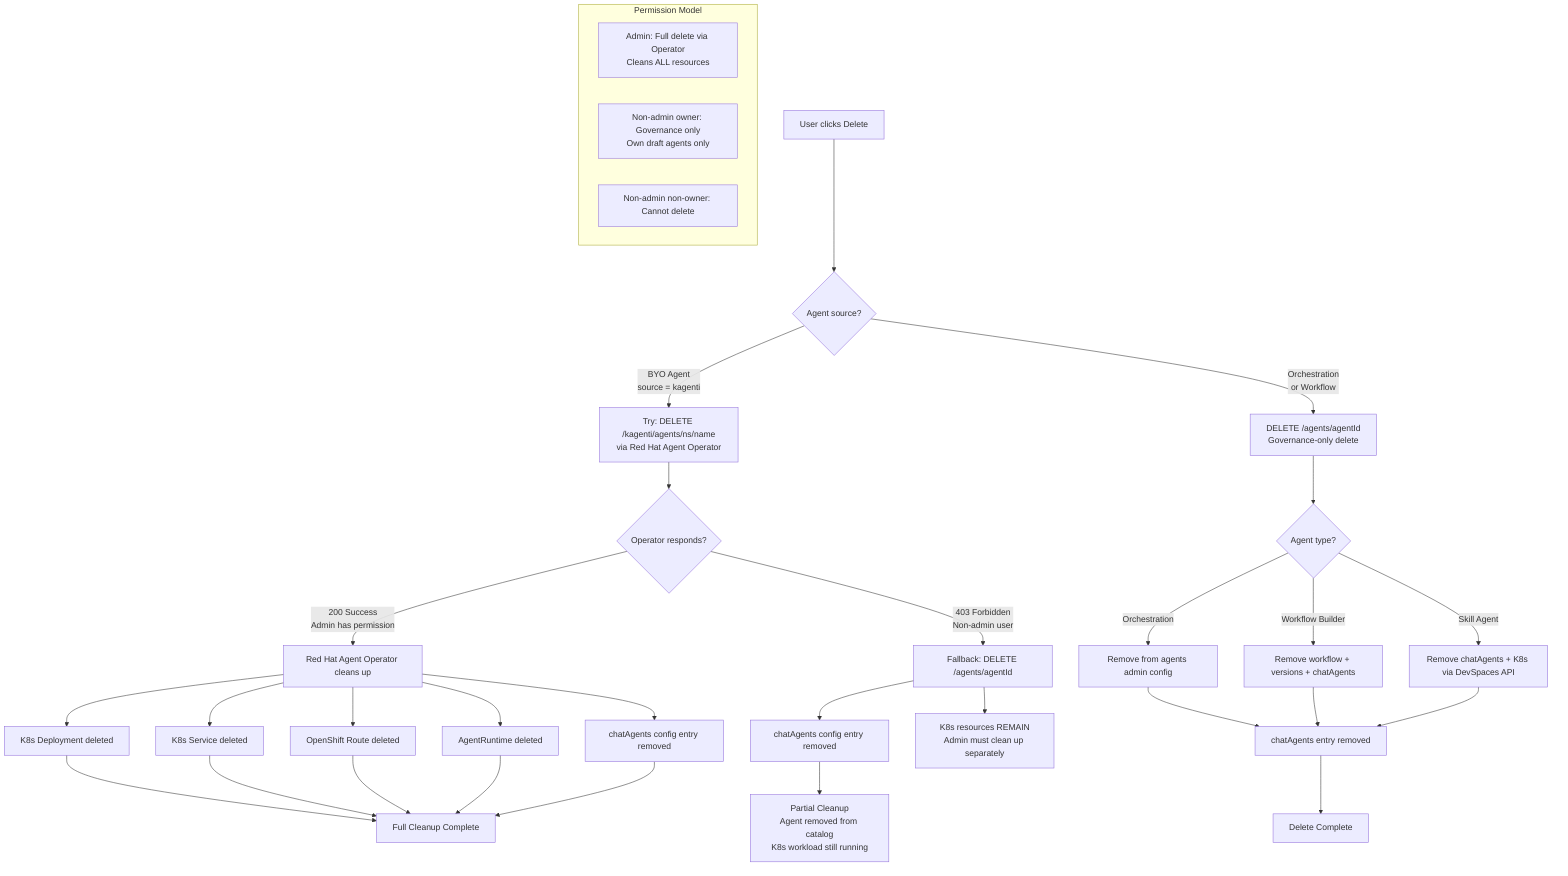
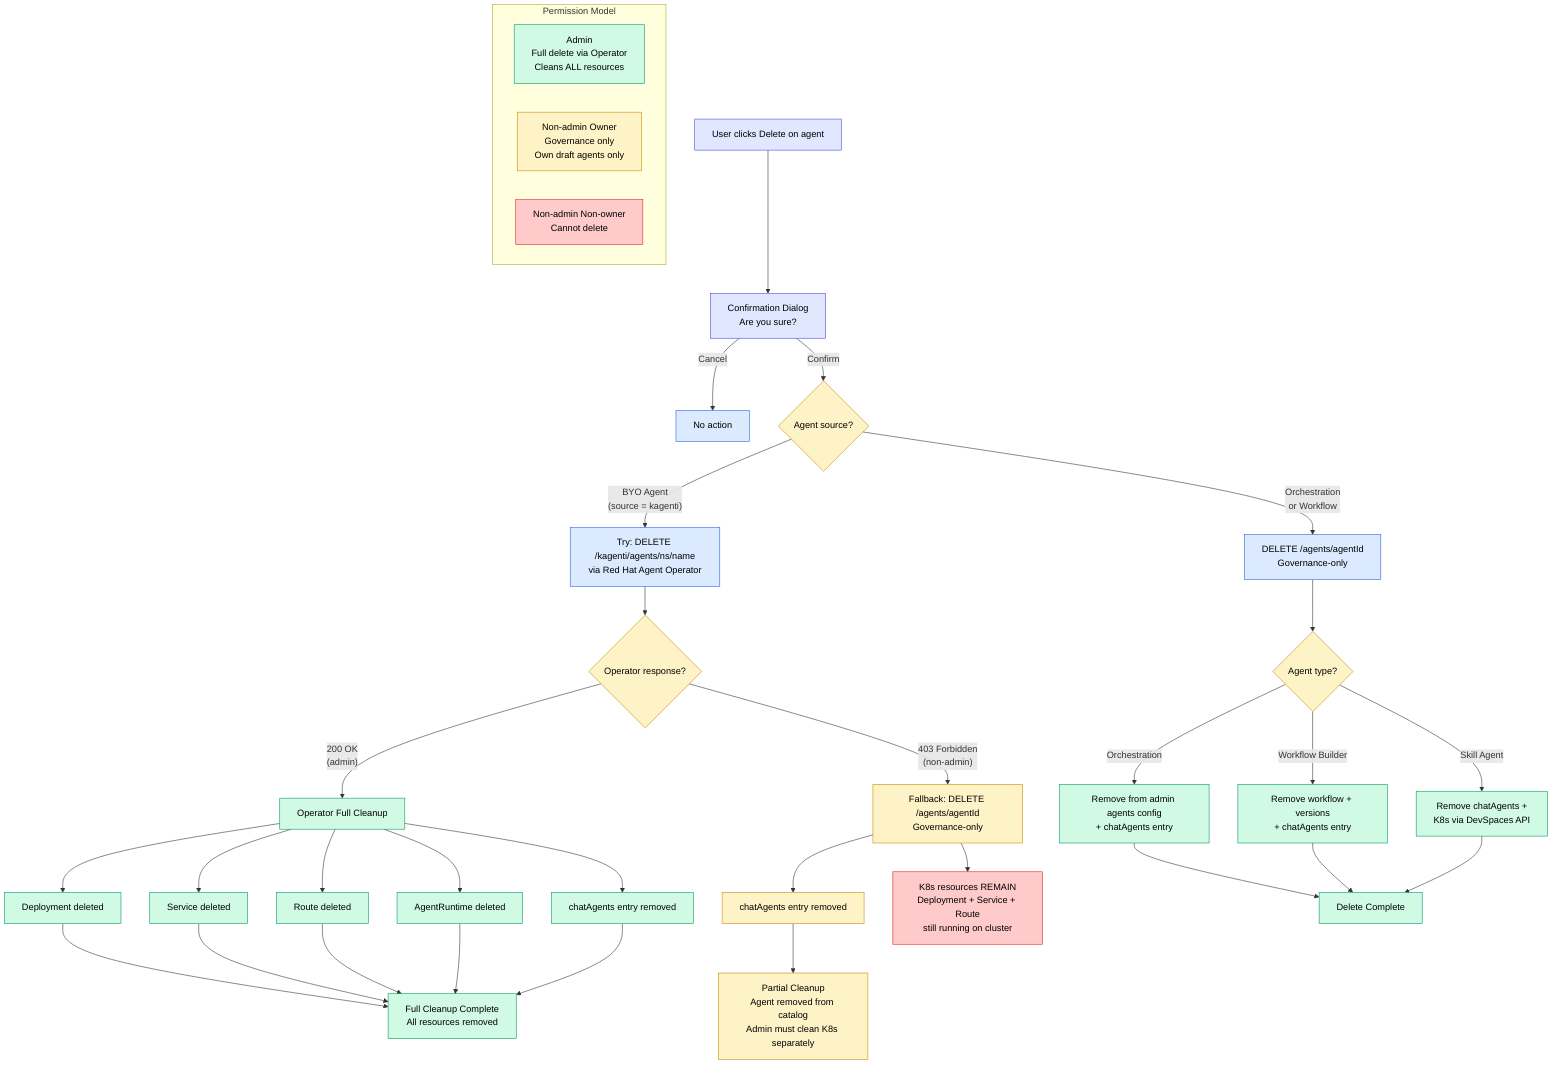
flowchart TD
-     Start[User clicks Delete] --> Source{Agent source?}
+     classDef userAction fill:#e0e7ff,stroke:#4f46e5,color:#000
+     classDef decision fill:#fef3c7,stroke:#ca8a04,color:#000
+     classDef success fill:#d1fae5,stroke:#059669,color:#000
+     classDef warning fill:#fef3c7,stroke:#ca8a04,color:#000
+     classDef danger fill:#fecaca,stroke:#dc2626,color:#000
+     classDef info fill:#dbeafe,stroke:#2563eb,color:#000

-     Source -->|BYO Agent<br/>source = kagenti| TryKagenti[Try: DELETE /kagenti/agents/ns/name<br/>via Red Hat Agent Operator]
-     Source -->|Orchestration<br/>or Workflow| GovOnly[DELETE /agents/agentId<br/>Governance-only delete]
+     Start[User clicks Delete on agent]:::userAction
+     Start --> Confirm[Confirmation Dialog<br/>Are you sure?]:::userAction
+     Confirm -->|Cancel| Cancel[No action]:::info
+     Confirm -->|Confirm| Source{Agent source?}:::decision

-     TryKagenti --> KagentiResult{Operator responds?}
+     Source -->|"BYO Agent<br/>(source = kagenti)"| TryOp[Try: DELETE /kagenti/agents/ns/name<br/>via Red Hat Agent Operator]:::info
+     Source -->|"Orchestration<br/>or Workflow"| GovOnly[DELETE /agents/agentId<br/>Governance-only]:::info

-     KagentiResult -->|200 Success<br/>Admin has permission| KagentiClean[Red Hat Agent Operator cleans up]
-     KagentiResult -->|403 Forbidden<br/>Non-admin user| FallbackGov[Fallback: DELETE /agents/agentId]
+     TryOp --> OpResult{Operator response?}:::decision

-     KagentiClean --> K8sDel[K8s Deployment deleted]
-     KagentiClean --> SvcDel[K8s Service deleted]
-     KagentiClean --> RouteDel[OpenShift Route deleted]
-     KagentiClean --> RuntimeDel[AgentRuntime deleted]
-     KagentiClean --> GovClean[chatAgents config entry removed]
+     OpResult -->|"200 OK<br/>(admin)"| OpClean[Operator Full Cleanup]:::success
+     OpResult -->|"403 Forbidden<br/>(non-admin)"| Fallback[Fallback: DELETE /agents/agentId<br/>Governance-only]:::warning

-     K8sDel --> FullClean[Full Cleanup Complete]
-     SvcDel --> FullClean
-     RouteDel --> FullClean
-     RuntimeDel --> FullClean
-     GovClean --> FullClean
+     OpClean --> Del1[Deployment deleted]:::success
+     OpClean --> Del2[Service deleted]:::success
+     OpClean --> Del3[Route deleted]:::success
+     OpClean --> Del4[AgentRuntime deleted]:::success
+     OpClean --> Del5[chatAgents entry removed]:::success

-     FallbackGov --> GovOnlyClean[chatAgents config entry removed]
-     FallbackGov --> K8sRemains[K8s resources REMAIN<br/>Admin must clean up separately]
-     GovOnlyClean --> PartialClean[Partial Cleanup<br/>Agent removed from catalog<br/>K8s workload still running]
+     Del1 --> FullDone[Full Cleanup Complete<br/>All resources removed]:::success
+     Del2 --> FullDone
+     Del3 --> FullDone
+     Del4 --> FullDone
+     Del5 --> FullDone

-     GovOnly --> GovSource{Agent type?}
-     GovSource -->|Orchestration| OrchClean[Remove from agents admin config]
-     GovSource -->|Workflow Builder| WFClean[Remove workflow + versions + chatAgents]
-     GovSource -->|Skill Agent| SkillClean[Remove chatAgents + K8s via DevSpaces API]
+     Fallback --> FbClean[chatAgents entry removed]:::warning
+     Fallback --> FbOrphan[K8s resources REMAIN<br/>Deployment + Service + Route<br/>still running on cluster]:::danger
+     FbClean --> PartialDone[Partial Cleanup<br/>Agent removed from catalog<br/>Admin must clean K8s separately]:::warning

-     OrchClean --> ChatAgentsDel[chatAgents entry removed]
-     WFClean --> ChatAgentsDel
-     SkillClean --> ChatAgentsDel
-     ChatAgentsDel --> Done[Delete Complete]
+     GovOnly --> GovType{Agent type?}:::decision
+     GovType -->|Orchestration| OrchDel[Remove from admin agents config<br/>+ chatAgents entry]:::success
+     GovType -->|Workflow Builder| WfDel[Remove workflow + versions<br/>+ chatAgents entry]:::success
+     GovType -->|Skill Agent| SkillDel[Remove chatAgents +<br/>K8s via DevSpaces API]:::success

-     subgraph legend [Permission Model]
-         AdminNote[Admin: Full delete via Operator<br/>Cleans ALL resources]
-         OwnerNote[Non-admin owner: Governance only<br/>Own draft agents only]
-         NoneNote[Non-admin non-owner: Cannot delete]
+     OrchDel --> GovDone[Delete Complete]:::success
+     WfDel --> GovDone
+     SkillDel --> GovDone
+ 
+     subgraph permissions [Permission Model]
+         direction LR
+         AdminPerm[Admin<br/>Full delete via Operator<br/>Cleans ALL resources]:::success
+         OwnerPerm[Non-admin Owner<br/>Governance only<br/>Own draft agents only]:::warning
+         NoPerm[Non-admin Non-owner<br/>Cannot delete]:::danger
    end
